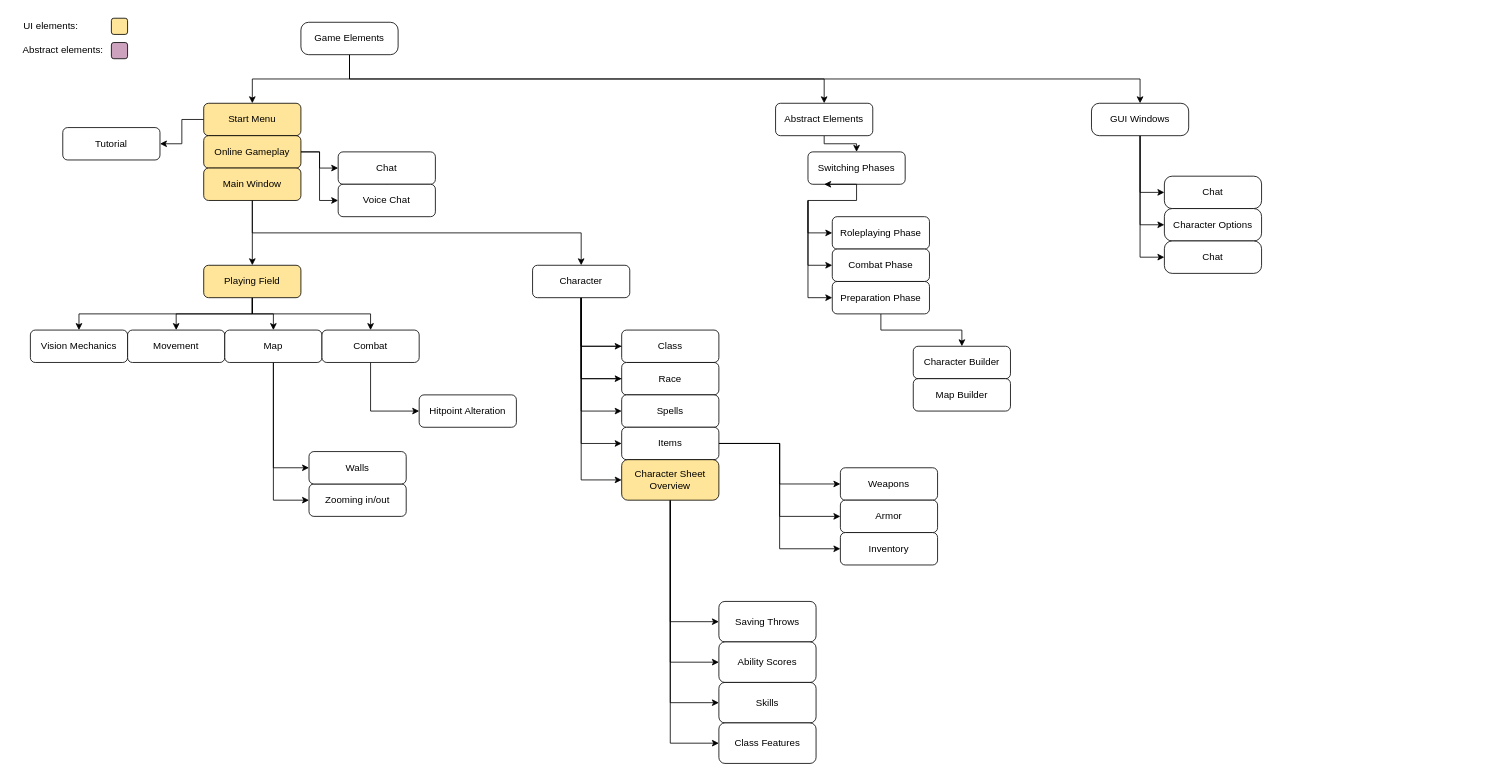
This is Dependency graph.drawio from Nemijt03/Dnd-Simulator, a draw.io file, before an edit. Source tidied: cells renumbered, new cells numbered last; positions are measured from the earlier drawing's top-left corner, leaving out a move shared by most shapes. Both pictures are drawn from the tidied source at 81%, with x=0, y=0 at pixel (14, 14).
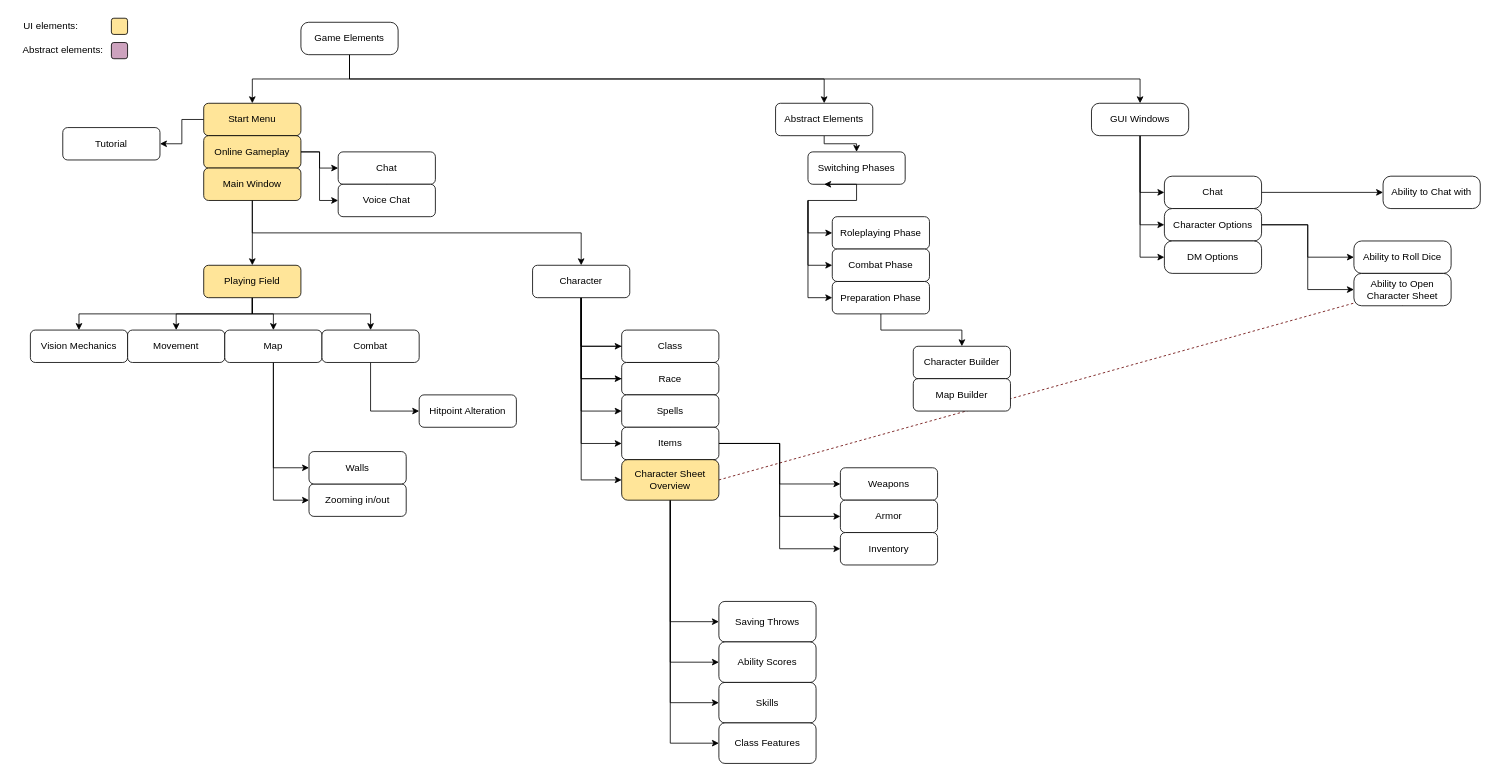
Above is the later version.

The change refers to these unchanged cells:
```xml
<mxCell id="67" value="Character Sheet Overview" style="rounded=1;whiteSpace=wrap;html=1;fillColor=#FFE599;" parent="1" vertex="1">
  <mxGeometry x="750" y="550" width="120" height="50" as="geometry" />
</mxCell>
<mxCell id="79" value="Chat" style="rounded=1;whiteSpace=wrap;html=1;arcSize=24;" parent="1" vertex="1">
  <mxGeometry x="1420" y="200" width="120" height="40" as="geometry" />
</mxCell>
<mxCell id="80" value="Character Options" style="rounded=1;whiteSpace=wrap;html=1;arcSize=24;" parent="1" vertex="1">
  <mxGeometry x="1420" y="240" width="120" height="40" as="geometry" />
</mxCell>
```

The edit, as a diff of the source:
```diff
@@
+    <mxCell id="86" style="endArrow=none;dashed=1;html=1;rounded=0;entryX=0.5;entryY=1;entryDx=0;entryDy=0;exitX=1;exitY=0.5;exitDx=0;exitDy=0;fillColor=#660000;strokeColor=#660000;" parent="1" edge="1" source="67" target="92">
+      <mxGeometry relative="1" as="geometry">
+        <Array as="points">
+          <mxPoint x="1714" y="340" />
+        </Array>
+      </mxGeometry>
+    </mxCell>
@@
+    <mxCell id="87" style="edgeStyle=orthogonalEdgeStyle;rounded=0;jettySize=auto;html=1;" parent="1" edge="1" source="79" target="91">
+      <mxGeometry relative="1" as="geometry" />
+    </mxCell>
@@
+    <mxCell id="88" style="edgeStyle=orthogonalEdgeStyle;rounded=0;jettySize=auto;html=1;" parent="1" edge="1" source="80" target="90">
+      <mxGeometry relative="1" as="geometry" />
+    </mxCell>
+    <mxCell id="89" style="edgeStyle=orthogonalEdgeStyle;rounded=0;jettySize=auto;html=1;entryX=0;entryY=0.5;entryDx=0;entryDy=0;" parent="1" edge="1" source="80" target="92">
+      <mxGeometry relative="1" as="geometry" />
+    </mxCell>
@@
-    <mxCell id="81" value="Chat" style="rounded=1;whiteSpace=wrap;html=1;arcSize=24;" parent="1" vertex="1">
+    <mxCell id="81" value="DM Options" style="rounded=1;whiteSpace=wrap;html=1;arcSize=24;" parent="1" vertex="1">
       <mxGeometry x="1420" y="280" width="120" height="40" as="geometry" />
     </mxCell>
@@
+    <mxCell id="90" value="Ability to Roll Dice" style="rounded=1;whiteSpace=wrap;html=1;arcSize=24;" parent="1" vertex="1">
+      <mxGeometry x="1654" y="280" width="120" height="40" as="geometry" />
+    </mxCell>
+    <mxCell id="91" value="Ability to Chat with" style="rounded=1;whiteSpace=wrap;html=1;arcSize=24;" parent="1" vertex="1">
+      <mxGeometry x="1690" y="200" width="120" height="40" as="geometry" />
+    </mxCell>
+    <mxCell id="92" value="Ability to Open Character Sheet" style="rounded=1;whiteSpace=wrap;html=1;arcSize=24;" parent="1" vertex="1">
+      <mxGeometry x="1654" y="320" width="120" height="40" as="geometry" />
+    </mxCell>
```
